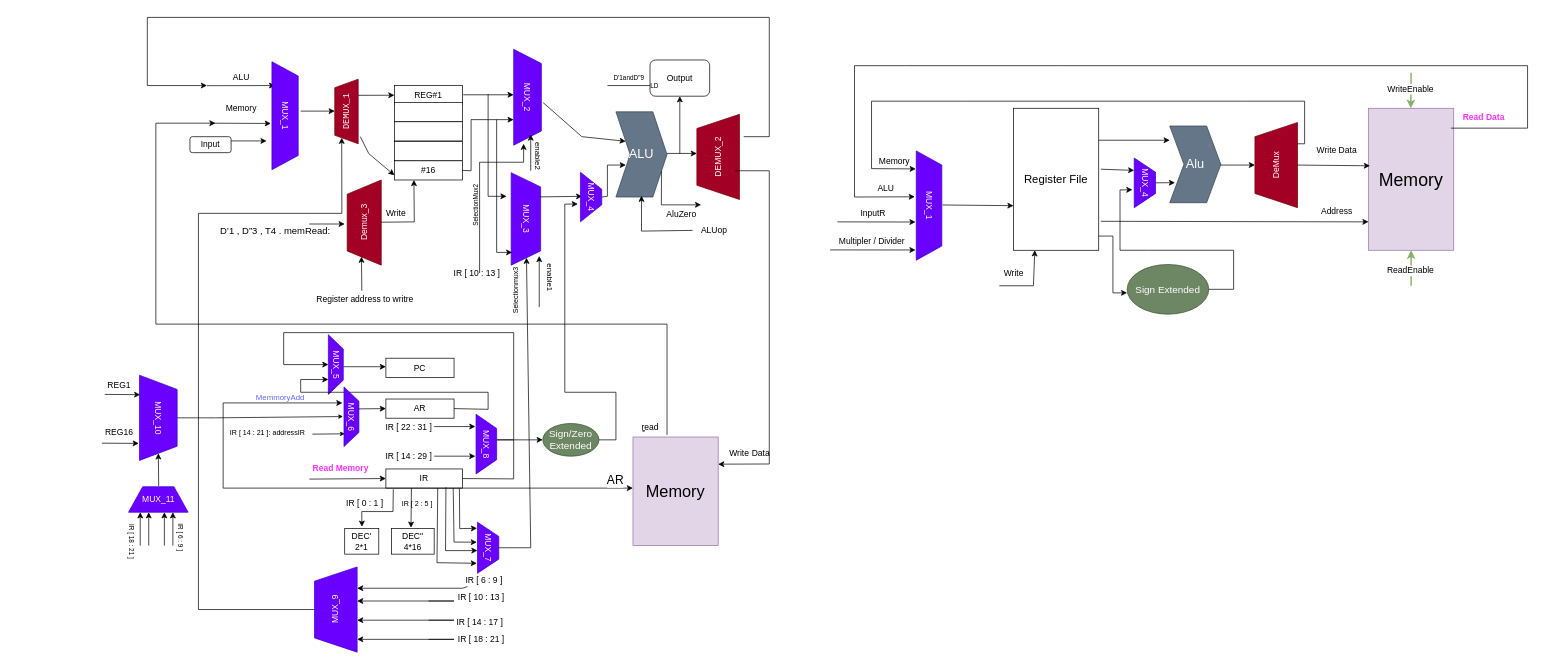
This is Untitled Diagram.drawio from kiananasiri/MyProcessor, a draw.io file, before an edit. Source tidied: cells renumbered, new cells numbered last; positions are measured from the earlier drawing's top-left corner, leaving out a move shared by most shapes. Both pictures are drawn from the tidied source at 71%, with x=0, y=0 at pixel (97, 17).
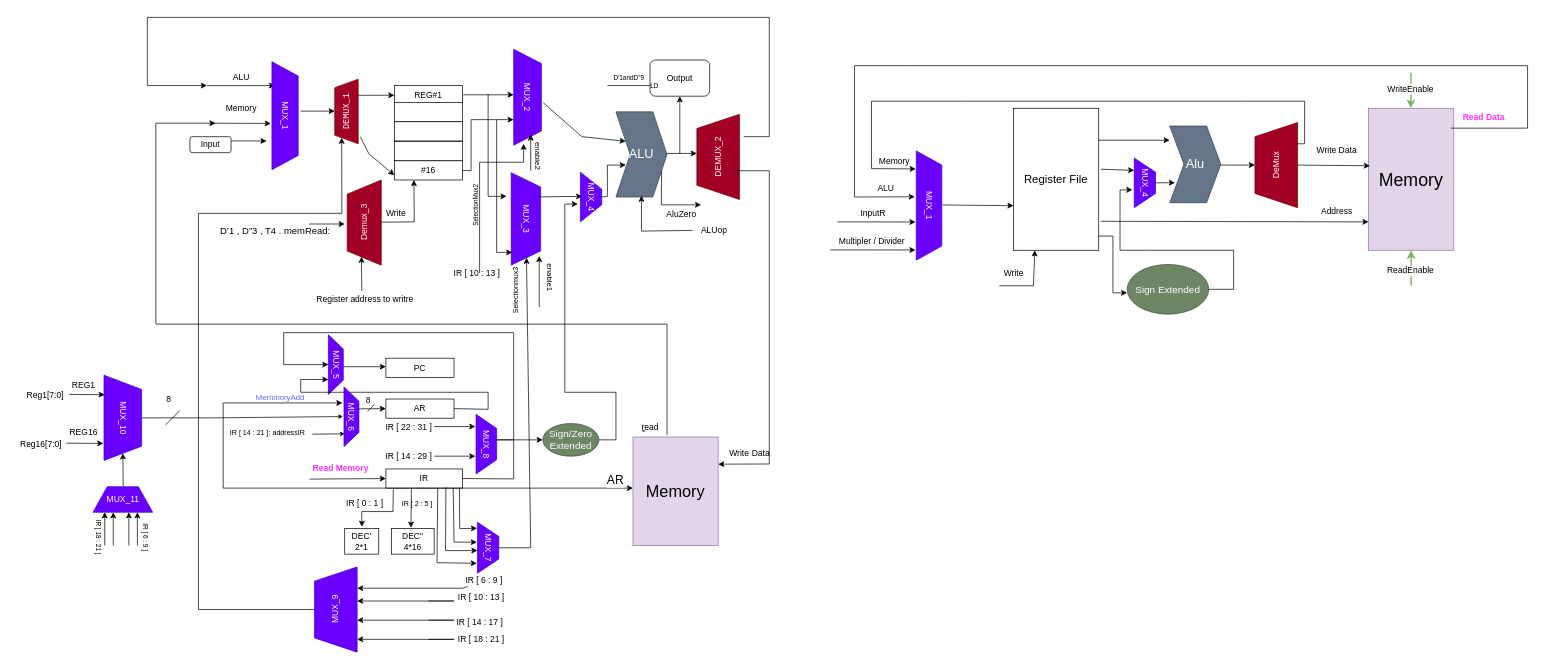
The same diagram, later.

Diff of the diagram source:
```diff
@@
     <mxCell id="142" value="MUX_10" style="shape=trapezoid;perimeter=trapezoidPerimeter;whiteSpace=wrap;html=1;fixedSize=1;rotation=90;fillColor=#6a00ff;fontColor=#ffffff;strokeColor=#3700CC;" parent="1" vertex="1">
-      <mxGeometry x="25.5" y="537.5" width="120" height="53" as="geometry" />
+      <mxGeometry x="-24.5" y="537.5" width="120" height="53" as="geometry" />
     </mxCell>
     <mxCell id="143" style="endArrow=classic;html=1;rounded=0;" parent="1" edge="1">
       <mxGeometry relative="1" as="geometry">
-        <mxPoint x="10" y="531" as="sourcePoint" />
-        <mxPoint x="60" y="531.4" as="targetPoint" />
+        <mxPoint x="-40" y="531" as="sourcePoint" />
+        <mxPoint x="10" y="531.4" as="targetPoint" />
       </mxGeometry>
     </mxCell>
     <mxCell id="144" style="endArrow=classic;html=1;rounded=0;exitX=0.1;exitY=1.112;exitDx=0;exitDy=0;exitPerimeter=0;" parent="1" edge="1" source="146">
       <mxGeometry relative="1" as="geometry">
-        <mxPoint x="58" y="600" as="targetPoint" />
+        <mxPoint x="8" y="600" as="targetPoint" />
       </mxGeometry>
     </mxCell>
     <mxCell id="145" value="REG1" style="text;html=1;align=center;verticalAlign=middle;strokeColor=none;fillColor=none;" parent="1" vertex="1">
-      <mxGeometry y="507" width="60" height="24" as="geometry" />
+      <mxGeometry x="-50" y="507" width="60" height="24" as="geometry" />
     </mxCell>
     <mxCell id="146" value="REG16" style="text;html=1;align=center;verticalAlign=middle;points=[];strokeColor=none;fillColor=none;" parent="1" vertex="1">
-      <mxGeometry y="573" width="60" height="24" as="geometry" />
+      <mxGeometry x="-50" y="573" width="60" height="24" as="geometry" />
     </mxCell>
     <mxCell id="147" style="endArrow=classic;html=1;rounded=0;entryX=1;entryY=0.5;entryDx=0;entryDy=0;" parent="1" edge="1" target="142">
       <mxGeometry relative="1" as="geometry">
-        <mxPoint x="86" y="660" as="sourcePoint" />
+        <mxPoint x="36" y="660" as="sourcePoint" />
       </mxGeometry>
     </mxCell>
     <mxCell id="148" value="MUX_11" style="shape=trapezoid;perimeter=trapezoidPerimeter;whiteSpace=wrap;html=1;fixedSize=1;fillColor=#6a00ff;fontColor=#ffffff;strokeColor=#3700CC;" parent="1" vertex="1">
-      <mxGeometry x="43.5" y="661" width="84" height="36" as="geometry" />
+      <mxGeometry x="-6.5" y="661" width="84" height="36" as="geometry" />
     </mxCell>
     <mxCell id="149" style="endArrow=classic;html=1;rounded=0;" parent="1" edge="1">
       <mxGeometry relative="1" as="geometry">
-        <mxPoint x="60" y="744" as="sourcePoint" />
-        <mxPoint x="60" y="697" as="targetPoint" />
+        <mxPoint x="10" y="744" as="sourcePoint" />
+        <mxPoint x="10" y="697" as="targetPoint" />
       </mxGeometry>
     </mxCell>
     <mxCell id="150" style="endArrow=classic;html=1;rounded=0;" parent="1" edge="1">
       <mxGeometry relative="1" as="geometry">
-        <mxPoint x="72" y="744" as="sourcePoint" />
-        <mxPoint x="72" y="697" as="targetPoint" />
+        <mxPoint x="22" y="744" as="sourcePoint" />
+        <mxPoint x="22" y="697" as="targetPoint" />
       </mxGeometry>
     </mxCell>
     <mxCell id="151" style="endArrow=classic;html=1;rounded=0;" parent="1" edge="1">
       <mxGeometry relative="1" as="geometry">
-        <mxPoint x="94" y="744" as="sourcePoint" />
-        <mxPoint x="94" y="697" as="targetPoint" />
+        <mxPoint x="44" y="744" as="sourcePoint" />
+        <mxPoint x="44" y="697" as="targetPoint" />
       </mxGeometry>
     </mxCell>
     <mxCell id="152" style="endArrow=classic;html=1;rounded=0;" parent="1" edge="1">
       <mxGeometry relative="1" as="geometry">
-        <mxPoint x="106" y="744" as="sourcePoint" />
-        <mxPoint x="106" y="697" as="targetPoint" />
+        <mxPoint x="56" y="744" as="sourcePoint" />
+        <mxPoint x="56" y="697" as="targetPoint" />
       </mxGeometry>
     </mxCell>
     <mxCell id="153" value="&lt;font style=&quot;font-size: 9px;&quot;&gt;IR [ 6 : 9 ]&lt;/font&gt;" style="text;html=1;align=center;verticalAlign=middle;strokeColor=none;fillColor=none;rotation=90;" parent="1" vertex="1">
-      <mxGeometry x="88" y="720" width="60" height="24" as="geometry" />
+      <mxGeometry x="38" y="720" width="60" height="24" as="geometry" />
     </mxCell>
     <mxCell id="154" value="&lt;font style=&quot;font-size: 9px;&quot;&gt;IR [ 18 : 21 ]&lt;/font&gt;" style="text;html=1;align=center;verticalAlign=middle;strokeColor=none;fillColor=none;rotation=90;" parent="1" vertex="1">
-      <mxGeometry x="12" y="726" width="72" height="24" as="geometry" />
+      <mxGeometry x="-34" y="720" width="72" height="24" as="geometry" />
     </mxCell>
+    <mxCell id="155" style="endArrow=none;html=1;rounded=0;" parent="1" edge="1">
+      <mxGeometry relative="1" as="geometry">
+        <mxPoint x="380" y="555" as="sourcePoint" />
+        <mxPoint x="390" y="545" as="targetPoint" />
+      </mxGeometry>
+    </mxCell>
+    <mxCell id="156" value="8" style="text;html=1;align=center;verticalAlign=middle;strokeColor=none;fillColor=none;" parent="1" vertex="1">
+      <mxGeometry x="366" y="524" width="30" height="30" as="geometry" />
+    </mxCell>
+    <mxCell id="157" style="endArrow=none;html=1;rounded=0;" parent="1" edge="1">
+      <mxGeometry relative="1" as="geometry">
+        <mxPoint x="95.5" y="574" as="sourcePoint" />
+        <mxPoint x="115.5" y="554" as="targetPoint" />
+      </mxGeometry>
+    </mxCell>
+    <mxCell id="158" value="8" style="text;html=1;align=center;verticalAlign=middle;strokeColor=none;fillColor=none;" parent="1" vertex="1">
+      <mxGeometry x="85" y="523" width="30" height="30" as="geometry" />
+    </mxCell>
+    <mxCell id="159" value="Reg1[7:0]" style="text;html=1;align=center;verticalAlign=middle;strokeColor=none;fillColor=none;" parent="1" vertex="1">
+      <mxGeometry x="-114" y="518" width="80" height="30" as="geometry" />
+    </mxCell>
+    <mxCell id="160" value="Reg16[7:0]" style="text;html=1;align=center;verticalAlign=middle;strokeColor=none;fillColor=none;" parent="1" vertex="1">
+      <mxGeometry x="-120" y="585.5" width="80" height="30" as="geometry" />
+    </mxCell>
```
